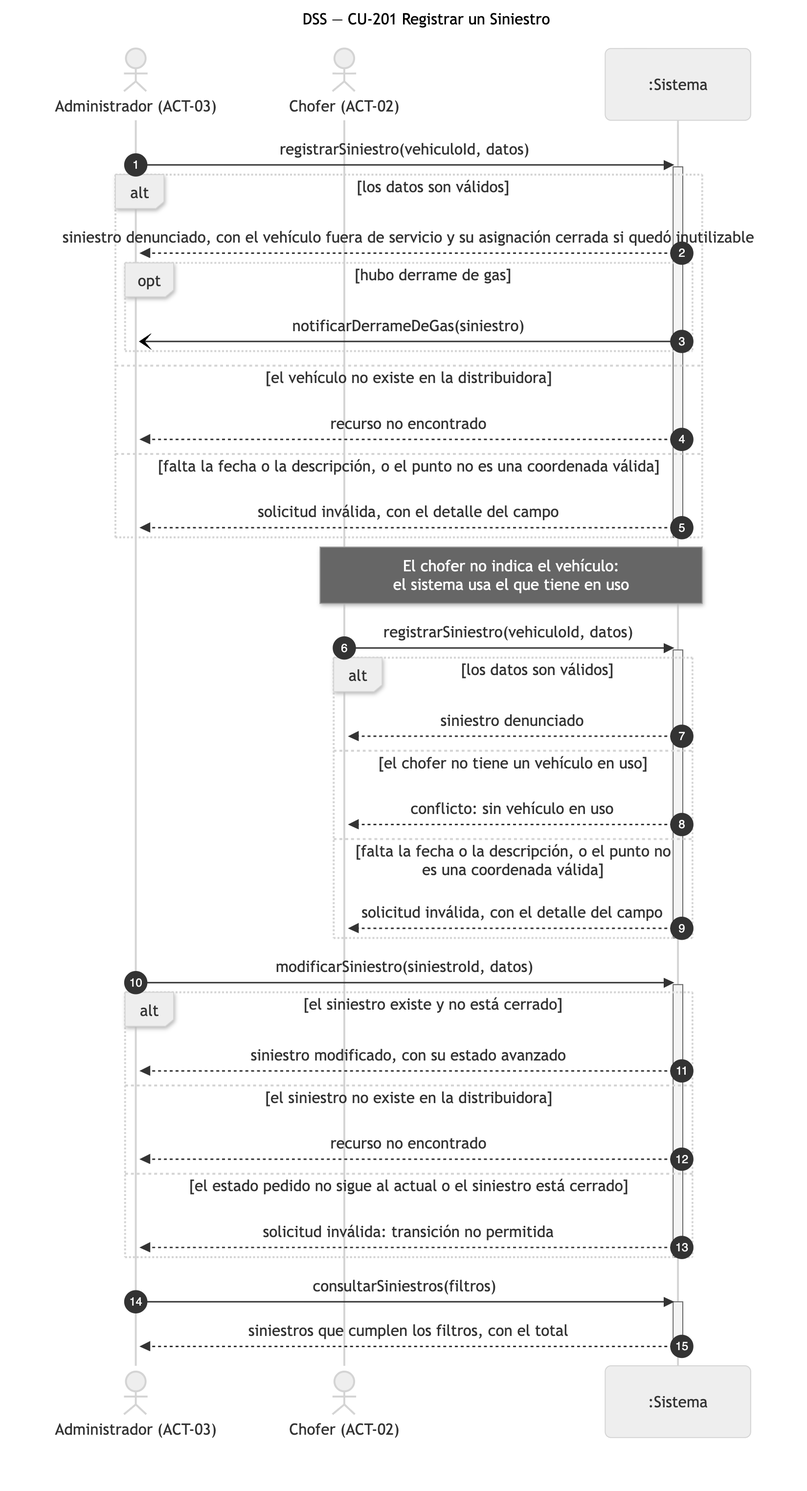
This is diagramas/png/DSS_CU-201_Registrar-un-Siniestro.png from Nahuelito-Dev/splg-docs, a Mermaid export, as it was before one commit. Its source is kept beside it as diagramas/DSS_CU-201_Registrar-un-Siniestro.mmd. Source of this version:
```mermaid
sequenceDiagram
    title DSS — CU-201 Registrar un Siniestro
    autonumber
    actor ADM as Administrador (ACT-03)
    actor CHF as Chofer (ACT-02)
    participant SIS as :Sistema

    ADM->>SIS: registrarSiniestro(vehiculoId, datos)
    activate SIS
    alt los datos son válidos
        SIS-->>ADM: siniestro denunciado, con el vehículo fuera de servicio y su asignación cerrada si quedó inutilizable
        opt hubo derrame de gas
            SIS-)ADM: notificarDerrameDeGas(siniestro)
        end
    else el vehículo no existe en la distribuidora
        SIS-->>ADM: recurso no encontrado
    else falta la fecha o la descripción, o el punto no es una coordenada válida
        SIS-->>ADM: solicitud inválida, con el detalle del campo
    end
    deactivate SIS

    Note over CHF,SIS: El chofer no indica el vehículo:<br/>el sistema usa el que tiene en uso
    CHF->>SIS: registrarSiniestro(vehiculoId, datos)
    activate SIS
    alt los datos son válidos
        SIS-->>CHF: siniestro denunciado
    else el chofer no tiene un vehículo en uso
        SIS-->>CHF: conflicto: sin vehículo en uso
    else falta la fecha o la descripción, o el punto no es una coordenada válida
        SIS-->>CHF: solicitud inválida, con el detalle del campo
    end
    deactivate SIS

    ADM->>SIS: modificarSiniestro(siniestroId, datos)
    activate SIS
    alt el siniestro existe y no está cerrado
        SIS-->>ADM: siniestro modificado, con su estado avanzado
    else el siniestro no existe en la distribuidora
        SIS-->>ADM: recurso no encontrado
    else el estado pedido no sigue al actual o el siniestro está cerrado
        SIS-->>ADM: solicitud inválida: transición no permitida
    end
    deactivate SIS

    ADM->>SIS: consultarSiniestros(filtros)
    activate SIS
    SIS-->>ADM: siniestros que cumplen los filtros, con el total
    deactivate SIS
```
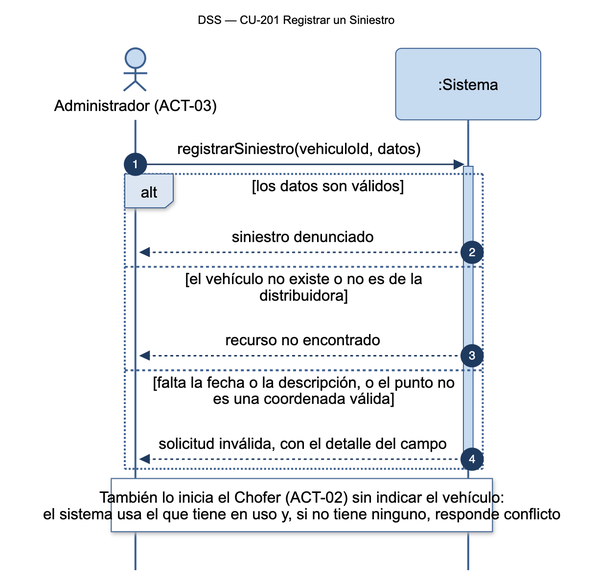
Above is the later version.

What changed in the source:
```diff
@@ -2,47 +2,29 @@
     title DSS — CU-201 Registrar un Siniestro
     autonumber
     actor ADM as Administrador (ACT-03)
-    actor CHF as Chofer (ACT-02)
+    actor CHO as Chofer (ACT-02)
     participant SIS as :Sistema
 
-    ADM->>SIS: registrarSiniestro(vehiculoId, datos)
-    activate SIS
-    alt los datos son válidos
-        SIS-->>ADM: siniestro denunciado, con el vehículo fuera de servicio y su asignación cerrada si quedó inutilizable
-        opt hubo derrame de gas
-            SIS-)ADM: notificarDerrameDeGas(siniestro)
+    alt El administrador lo registra sobre un vehículo de la distribuidora
+        ADM->>SIS: registrarSiniestro(vehiculoId, datos)
+        activate SIS
+        alt los datos son válidos
+            SIS-->>ADM: siniestro denunciado
+        else el vehículo no existe o no es de la distribuidora
+            SIS-->>ADM: recurso no encontrado
+        else falta la fecha o la descripción, o el punto no es una coordenada válida
+            SIS-->>ADM: solicitud inválida, con el detalle del campo
         end
-    else el vehículo no existe en la distribuidora
-        SIS-->>ADM: recurso no encontrado
-    else falta la fecha o la descripción, o el punto no es una coordenada válida
-        SIS-->>ADM: solicitud inválida, con el detalle del campo
+        deactivate SIS
+    else El chofer lo registra sin indicar el vehículo (el sistema usa el que tiene en uso)
+        CHO->>SIS: registrarSiniestro(vehiculoId, datos)
+        activate SIS
+        alt los datos son válidos y el chofer tiene un vehículo en uso
+            SIS-->>CHO: siniestro denunciado sobre el vehículo en uso
+        else el chofer no tiene un vehículo en uso
+            SIS-->>CHO: conflicto: sin vehículo en uso
+        else falta la fecha o la descripción, o el punto no es una coordenada válida
+            SIS-->>CHO: solicitud inválida, con el detalle del campo
+        end
+        deactivate SIS
     end
-    deactivate SIS
-
-    Note over CHF,SIS: El chofer no indica el vehículo:<br/>el sistema usa el que tiene en uso
-    CHF->>SIS: registrarSiniestro(vehiculoId, datos)
-    activate SIS
-    alt los datos son válidos
-        SIS-->>CHF: siniestro denunciado
-    else el chofer no tiene un vehículo en uso
-        SIS-->>CHF: conflicto: sin vehículo en uso
-    else falta la fecha o la descripción, o el punto no es una coordenada válida
-        SIS-->>CHF: solicitud inválida, con el detalle del campo
-    end
-    deactivate SIS
-
-    ADM->>SIS: modificarSiniestro(siniestroId, datos)
-    activate SIS
-    alt el siniestro existe y no está cerrado
-        SIS-->>ADM: siniestro modificado, con su estado avanzado
-    else el siniestro no existe en la distribuidora
-        SIS-->>ADM: recurso no encontrado
-    else el estado pedido no sigue al actual o el siniestro está cerrado
-        SIS-->>ADM: solicitud inválida: transición no permitida
-    end
-    deactivate SIS
-
-    ADM->>SIS: consultarSiniestros(filtros)
-    activate SIS
-    SIS-->>ADM: siniestros que cumplen los filtros, con el total
-    deactivate SIS
```
